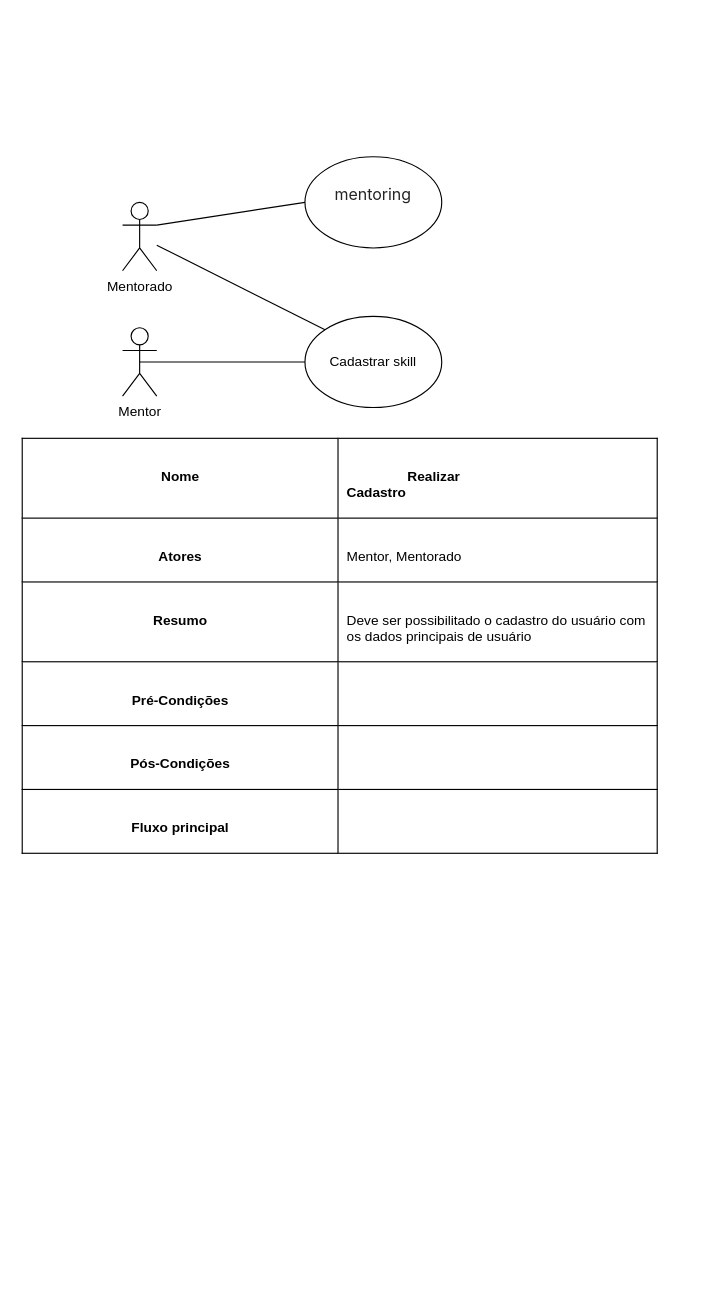
Earlier version of the draw.io diagram page "Cadastro" (2 of 3) of GFT/Diagrama sem nome.drawio (LuizFelipeBender/Bootcamps). Source tidied: cells renumbered, new cells numbered last; positions are measured from the earlier drawing's top-left corner, leaving out a move shared by most shapes. Both pictures are drawn from the tidied source at 114%, with x=0, y=0 at pixel (19, 19).
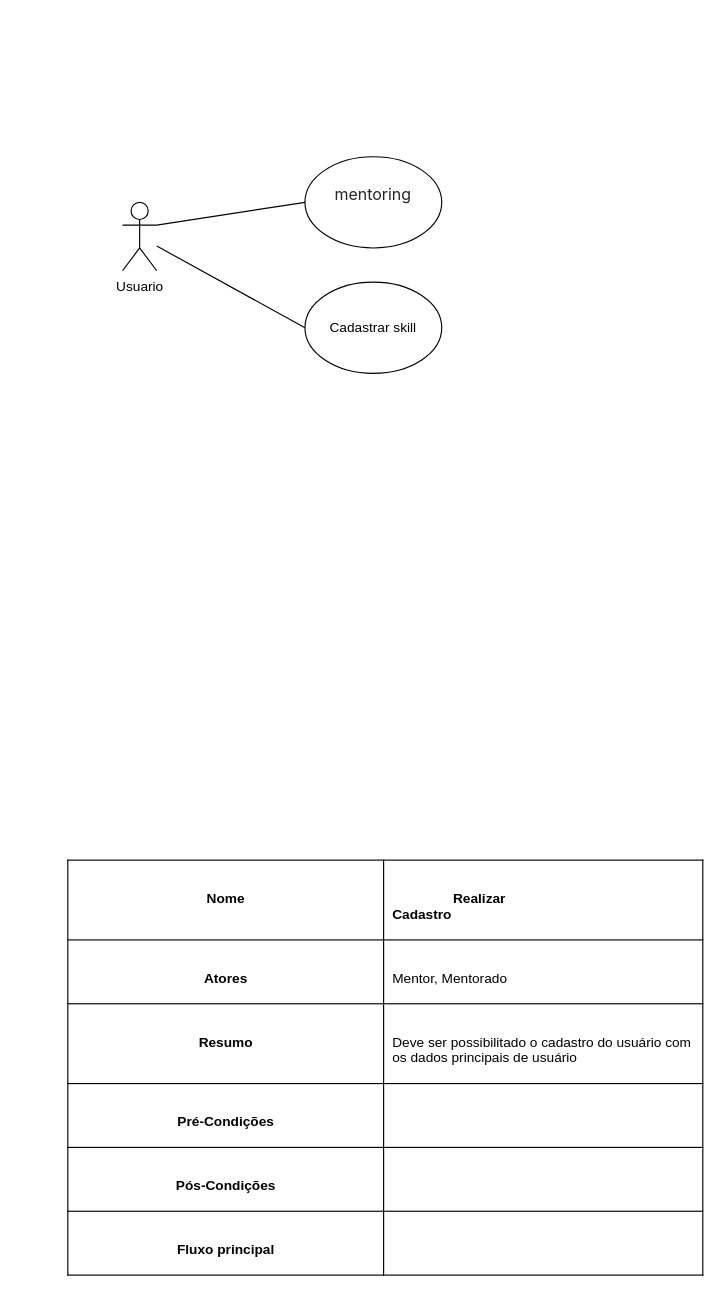
Above is the later version.

What changed in the source:
```diff
@@
 <mxGraphModel>
   <root>
     <mxCell id="0" />
     <mxCell id="1" parent="0" />
-    <mxCell id="2" value="Mentorado&lt;br&gt;" style="shape=umlActor;verticalLabelPosition=bottom;verticalAlign=top;html=1;outlineConnect=0;" parent="1" vertex="1">
+    <mxCell id="2" value="Usuario" style="shape=umlActor;verticalLabelPosition=bottom;verticalAlign=top;html=1;outlineConnect=0;" parent="1" vertex="1">
       <mxGeometry x="90" y="160" width="30" height="60" as="geometry" />
     </mxCell>
-    <mxCell id="3" value="Mentor" style="shape=umlActor;verticalLabelPosition=bottom;verticalAlign=top;html=1;outlineConnect=0;" parent="1" vertex="1">
-      <mxGeometry x="90" y="270" width="30" height="60" as="geometry" />
-    </mxCell>
     <mxCell id="4" value="Cadastrar skill&lt;br&gt;" style="ellipse;whiteSpace=wrap;html=1;" parent="1" vertex="1">
-      <mxGeometry x="250" y="260" width="120" height="80" as="geometry" />
+      <mxGeometry x="250" y="230" width="120" height="80" as="geometry" />
     </mxCell>
-    <mxCell id="5" style="endArrow=none;html=1;rounded=0;entryX=0;entryY=0;entryDx=0;entryDy=0;" parent="1" edge="1" source="2" target="4">
-      <mxGeometry relative="1" as="geometry" />
-    </mxCell>
-    <mxCell id="6" style="endArrow=none;html=1;rounded=0;exitX=0.5;exitY=0.5;exitDx=0;exitDy=0;exitPerimeter=0;entryX=0;entryY=0.5;entryDx=0;entryDy=0;" parent="1" edge="1" source="3" target="4">
+    <mxCell id="6" style="endArrow=none;html=1;rounded=0;entryX=0;entryY=0.5;entryDx=0;entryDy=0;" parent="1" edge="1" source="2" target="4">
       <mxGeometry relative="1" as="geometry" />
     </mxCell>
     <mxCell id="7" value="&#10;&lt;span style=&quot;color: rgb(36, 36, 36); font-family: -apple-system, BlinkMacSystemFont, &amp;quot;Segoe UI&amp;quot;, system-ui, &amp;quot;Apple Color Emoji&amp;quot;, &amp;quot;Segoe UI Emoji&amp;quot;, &amp;quot;Segoe UI Web&amp;quot;, sans-serif; font-size: 14px; font-style: normal; font-variant-ligatures: normal; font-variant-caps: normal; font-weight: 400; letter-spacing: normal; orphans: 2; text-align: start; text-indent: 0px; text-transform: none; widows: 2; word-spacing: 0px; -webkit-text-stroke-width: 0px; background-color: rgb(255, 255, 255); text-decoration-style: initial; text-decoration-color: initial; float: none; display: inline !important;&quot;&gt;mentoring&lt;/span&gt;&#10;&#10;" style="ellipse;whiteSpace=wrap;html=1;" parent="1" vertex="1">
       <mxGeometry x="250" y="120" width="120" height="80" as="geometry" />
     </mxCell>
     <mxCell id="8" style="endArrow=none;html=1;rounded=0;entryX=0;entryY=0.5;entryDx=0;entryDy=0;exitX=1;exitY=0.3333333333333333;exitDx=0;exitDy=0;exitPerimeter=0;" parent="1" edge="1" source="2" target="7">
       <mxGeometry relative="1" as="geometry" />
     </mxCell>
     <mxCell id="9" value="&lt;table style=&quot;border-collapse:collapse;border:none;mso-border-alt:solid windowtext .5pt;&#10; mso-yfti-tbllook:1184;mso-padding-alt:0cm 5.4pt 0cm 5.4pt&quot; cellpadding=&quot;0&quot; cellspacing=&quot;0&quot; border=&quot;1&quot; class=&quot;MsoTableGrid&quot;&gt;&#10; &lt;tbody&gt;&lt;tr style=&quot;mso-yfti-irow:0;mso-yfti-firstrow:yes&quot;&gt;&#10;  &lt;td style=&quot;width:230.3pt;border:solid windowtext 1.0pt;&#10;  mso-border-alt:solid windowtext .5pt;padding:0cm 5.4pt 0cm 5.4pt&quot; valign=&quot;top&quot; width=&quot;307&quot;&gt;&#10;  &lt;p style=&quot;margin-bottom:0cm;text-align:center;&#10;  line-height:normal&quot; align=&quot;center&quot; class=&quot;MsoNormal&quot;&gt;&lt;b&gt;&lt;span style=&quot;mso-ansi-language:PT-BR&quot;&gt;Nome&lt;/span&gt;&lt;/b&gt;&lt;/p&gt;&#10;  &lt;/td&gt;&#10;  &lt;td style=&quot;width:230.3pt;border:solid windowtext 1.0pt;&#10;  border-left:none;mso-border-left-alt:solid windowtext .5pt;mso-border-alt:&#10;  solid windowtext .5pt;padding:0cm 5.4pt 0cm 5.4pt&quot; valign=&quot;top&quot; width=&quot;307&quot;&gt;&#10;  &lt;p style=&quot;margin-bottom:0cm;line-height:normal&quot; class=&quot;MsoNormal&quot;&gt;&lt;b&gt;&lt;span style=&quot;mso-ansi-language:PT-BR&quot;&gt;&lt;span style=&quot;mso-tab-count:1&quot;&gt;&amp;nbsp;&amp;nbsp;&amp;nbsp;&amp;nbsp;&amp;nbsp;&amp;nbsp;&amp;nbsp;&amp;nbsp;&amp;nbsp;&amp;nbsp;&amp;nbsp;&amp;nbsp;&amp;nbsp;&amp;nbsp;&amp;nbsp; &lt;/span&gt;Realizar&#10;  Cadastro&lt;/span&gt;&lt;/b&gt;&lt;span style=&quot;mso-ansi-language:PT-BR&quot;&gt;&lt;/span&gt;&lt;/p&gt;&#10;  &lt;/td&gt;&#10; &lt;/tr&gt;&#10; &lt;tr style=&quot;mso-yfti-irow:1&quot;&gt;&#10;  &lt;td style=&quot;width:230.3pt;border:solid windowtext 1.0pt;&#10;  border-top:none;mso-border-top-alt:solid windowtext .5pt;mso-border-alt:solid windowtext .5pt;&#10;  padding:0cm 5.4pt 0cm 5.4pt&quot; valign=&quot;top&quot; width=&quot;307&quot;&gt;&#10;  &lt;p style=&quot;margin-bottom:0cm;text-align:center;&#10;  line-height:normal&quot; align=&quot;center&quot; class=&quot;MsoNormal&quot;&gt;&lt;b&gt;&lt;span style=&quot;mso-ansi-language:PT-BR&quot;&gt;Atores&lt;/span&gt;&lt;/b&gt;&lt;/p&gt;&#10;  &lt;/td&gt;&#10;  &lt;td style=&quot;width:230.3pt;border-top:none;border-left:&#10;  none;border-bottom:solid windowtext 1.0pt;border-right:solid windowtext 1.0pt;&#10;  mso-border-top-alt:solid windowtext .5pt;mso-border-left-alt:solid windowtext .5pt;&#10;  mso-border-alt:solid windowtext .5pt;padding:0cm 5.4pt 0cm 5.4pt&quot; valign=&quot;top&quot; width=&quot;307&quot;&gt;&#10;  &lt;p style=&quot;margin-bottom:0cm;line-height:normal&quot; class=&quot;MsoNormal&quot;&gt;&lt;span style=&quot;mso-ansi-language:PT-BR&quot;&gt;Mentor, Mentorado&lt;/span&gt;&lt;/p&gt;&#10;  &lt;/td&gt;&#10; &lt;/tr&gt;&#10; &lt;tr style=&quot;mso-yfti-irow:2;height:42.05pt&quot;&gt;&#10;  &lt;td style=&quot;width:230.3pt;border:solid windowtext 1.0pt;&#10;  border-top:none;mso-border-top-alt:solid windowtext .5pt;mso-border-alt:solid windowtext .5pt;&#10;  padding:0cm 5.4pt 0cm 5.4pt;height:42.05pt&quot; valign=&quot;top&quot; width=&quot;307&quot;&gt;&#10;  &lt;p style=&quot;margin-bottom:0cm;text-align:center;&#10;  line-height:normal&quot; align=&quot;center&quot; class=&quot;MsoNormal&quot;&gt;&lt;b&gt;&lt;span style=&quot;mso-ansi-language:PT-BR&quot;&gt;Resumo&lt;/span&gt;&lt;/b&gt;&lt;/p&gt;&#10;  &lt;/td&gt;&#10;  &lt;td style=&quot;width:230.3pt;border-top:none;border-left:&#10;  none;border-bottom:solid windowtext 1.0pt;border-right:solid windowtext 1.0pt;&#10;  mso-border-top-alt:solid windowtext .5pt;mso-border-left-alt:solid windowtext .5pt;&#10;  mso-border-alt:solid windowtext .5pt;padding:0cm 5.4pt 0cm 5.4pt;height:42.05pt&quot; valign=&quot;top&quot; width=&quot;307&quot;&gt;&#10;  &lt;p style=&quot;margin-bottom:0cm;line-height:normal&quot; class=&quot;MsoNormal&quot;&gt;&lt;span style=&quot;mso-ansi-language:PT-BR&quot;&gt;Deve ser possibilitado o cadastro do usuário com&#10;  os dados principais de usuário&lt;/span&gt;&lt;/p&gt;&#10;  &lt;/td&gt;&#10; &lt;/tr&gt;&#10; &lt;tr style=&quot;mso-yfti-irow:3;height:21.4pt&quot;&gt;&#10;  &lt;td style=&quot;width:230.3pt;border:solid windowtext 1.0pt;&#10;  border-top:none;mso-border-top-alt:solid windowtext .5pt;mso-border-alt:solid windowtext .5pt;&#10;  padding:0cm 5.4pt 0cm 5.4pt;height:21.4pt&quot; valign=&quot;top&quot; width=&quot;307&quot;&gt;&#10;  &lt;p style=&quot;margin-bottom:0cm;text-align:center;&#10;  line-height:normal&quot; align=&quot;center&quot; class=&quot;MsoNormal&quot;&gt;&lt;b&gt;&lt;span style=&quot;mso-ansi-language:PT-BR&quot;&gt;Pré-Condições&lt;/span&gt;&lt;/b&gt;&lt;/p&gt;&#10;  &lt;/td&gt;&#10;  &lt;td style=&quot;width:230.3pt;border-top:none;border-left:&#10;  none;border-bottom:solid windowtext 1.0pt;border-right:solid windowtext 1.0pt;&#10;  mso-border-top-alt:solid windowtext .5pt;mso-border-left-alt:solid windowtext .5pt;&#10;  mso-border-alt:solid windowtext .5pt;padding:0cm 5.4pt 0cm 5.4pt;height:21.4pt&quot; valign=&quot;top&quot; width=&quot;307&quot;&gt;&#10;  &lt;p style=&quot;margin-bottom:0cm;line-height:normal&quot; class=&quot;MsoNormal&quot;&gt;&lt;span style=&quot;mso-ansi-language:PT-BR&quot;&gt;&amp;nbsp;&lt;/span&gt;&lt;/p&gt;&#10;  &lt;/td&gt;&#10; &lt;/tr&gt;&#10; &lt;tr style=&quot;mso-yfti-irow:4;height:19.6pt&quot;&gt;&#10;  &lt;td style=&quot;width:230.3pt;border:solid windowtext 1.0pt;&#10;  border-top:none;mso-border-top-alt:solid windowtext .5pt;mso-border-alt:solid windowtext .5pt;&#10;  padding:0cm 5.4pt 0cm 5.4pt;height:19.6pt&quot; valign=&quot;top&quot; width=&quot;307&quot;&gt;&#10;  &lt;p style=&quot;margin-bottom:0cm;text-align:center;&#10;  line-height:normal&quot; align=&quot;center&quot; class=&quot;MsoNormal&quot;&gt;&lt;b&gt;&lt;span style=&quot;mso-ansi-language:PT-BR&quot;&gt;Pós-Condições&lt;/span&gt;&lt;/b&gt;&lt;/p&gt;&#10;  &lt;/td&gt;&#10;  &lt;td style=&quot;width:230.3pt;border-top:none;border-left:&#10;  none;border-bottom:solid windowtext 1.0pt;border-right:solid windowtext 1.0pt;&#10;  mso-border-top-alt:solid windowtext .5pt;mso-border-left-alt:solid windowtext .5pt;&#10;  mso-border-alt:solid windowtext .5pt;padding:0cm 5.4pt 0cm 5.4pt;height:19.6pt&quot; valign=&quot;top&quot; width=&quot;307&quot;&gt;&#10;  &lt;p style=&quot;margin-bottom:0cm;line-height:normal&quot; class=&quot;MsoNormal&quot;&gt;&lt;span style=&quot;mso-ansi-language:PT-BR&quot;&gt;&amp;nbsp;&lt;/span&gt;&lt;/p&gt;&#10;  &lt;/td&gt;&#10; &lt;/tr&gt;&#10; &lt;tr style=&quot;mso-yfti-irow:5;mso-yfti-lastrow:yes;height:14.2pt&quot;&gt;&#10;  &lt;td style=&quot;width:230.3pt;border:solid windowtext 1.0pt;&#10;  border-top:none;mso-border-top-alt:solid windowtext .5pt;mso-border-alt:solid windowtext .5pt;&#10;  padding:0cm 5.4pt 0cm 5.4pt;height:14.2pt&quot; valign=&quot;top&quot; width=&quot;307&quot;&gt;&#10;  &lt;p style=&quot;margin-bottom:0cm;text-align:center;&#10;  line-height:normal&quot; align=&quot;center&quot; class=&quot;MsoNormal&quot;&gt;&lt;b&gt;&lt;span style=&quot;mso-ansi-language:PT-BR&quot;&gt;Fluxo principal&lt;/span&gt;&lt;/b&gt;&lt;/p&gt;&#10;  &lt;/td&gt;&#10;  &lt;td style=&quot;width:230.3pt;border-top:none;border-left:&#10;  none;border-bottom:solid windowtext 1.0pt;border-right:solid windowtext 1.0pt;&#10;  mso-border-top-alt:solid windowtext .5pt;mso-border-left-alt:solid windowtext .5pt;&#10;  mso-border-alt:solid windowtext .5pt;padding:0cm 5.4pt 0cm 5.4pt;height:14.2pt&quot; valign=&quot;top&quot; width=&quot;307&quot;&gt;&#10;  &lt;p style=&quot;margin-bottom:0cm;line-height:normal&quot; class=&quot;MsoNormal&quot;&gt;&lt;span style=&quot;mso-ansi-language:PT-BR&quot;&gt;&amp;nbsp;&lt;/span&gt;&lt;/p&gt;&#10;  &lt;/td&gt;&#10; &lt;/tr&gt;&#10;&lt;/tbody&gt;&lt;/table&gt;" style="text;whiteSpace=wrap;html=1;" parent="1" vertex="1">
-      <mxGeometry width="560" height="760" as="geometry" />
+      <mxGeometry x="40" y="370" width="560" height="490" as="geometry" />
     </mxCell>
   </root>
 </mxGraphModel>
```
